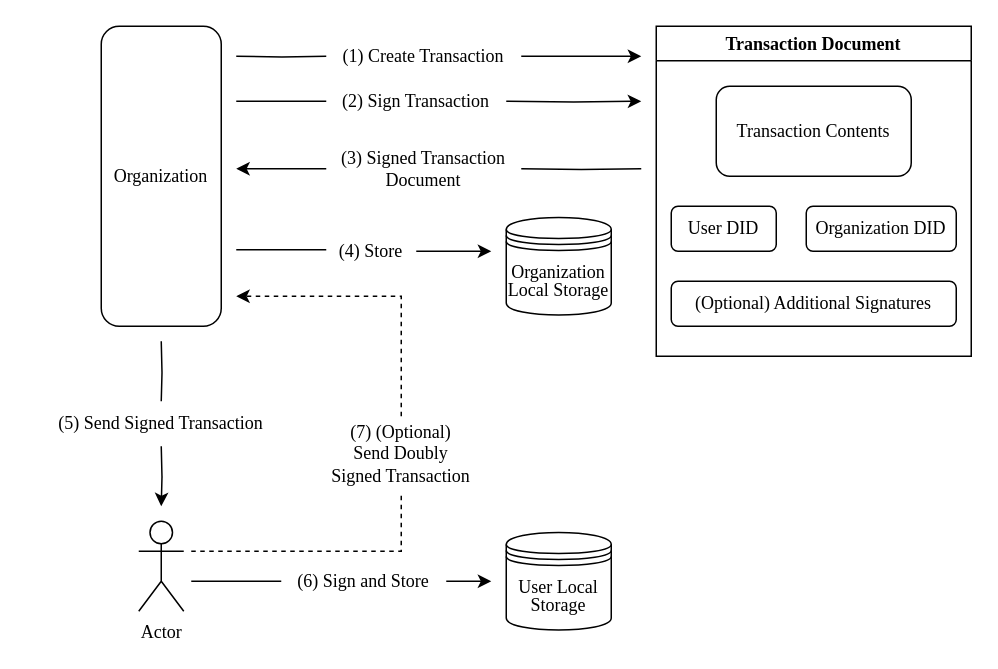
Earlier version of the draw.io diagram page "Multi-Signature" (4 of 4) of healthcare_blockchain.drawio (WilliamStar007/Interoperable-Healthcare-Blockchain-Diagram). Source tidied: cells renumbered, new cells numbered last; positions are measured from the earlier drawing's top-left corner, leaving out a move shared by most shapes. Both pictures are drawn from the tidied source at 150%, with x=0, y=0 at pixel (26, 26).
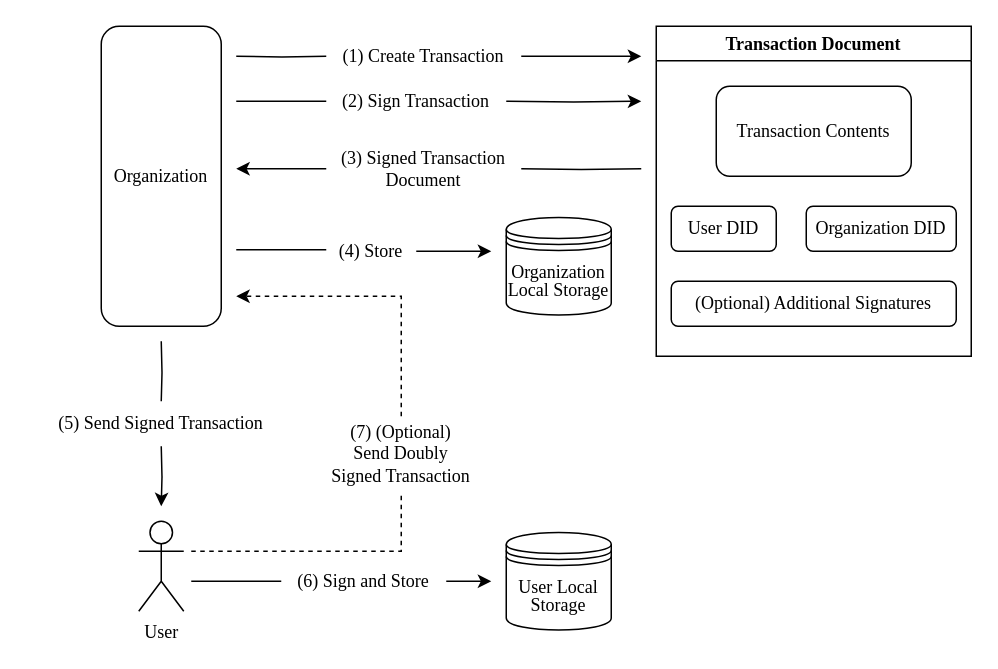
The same page after the edit.

The edit, as a diff of the source:
```diff
@@
-    <mxCell id="7" value="Actor" style="shape=umlActor;verticalLabelPosition=bottom;verticalAlign=top;html=1;fontFamily=Times New Roman;" parent="1" vertex="1">
+    <mxCell id="7" value="User" style="shape=umlActor;verticalLabelPosition=bottom;verticalAlign=top;html=1;fontFamily=Times New Roman;" parent="1" vertex="1">
       <mxGeometry x="75" y="330" width="30" height="60" as="geometry" />
     </mxCell>
```
